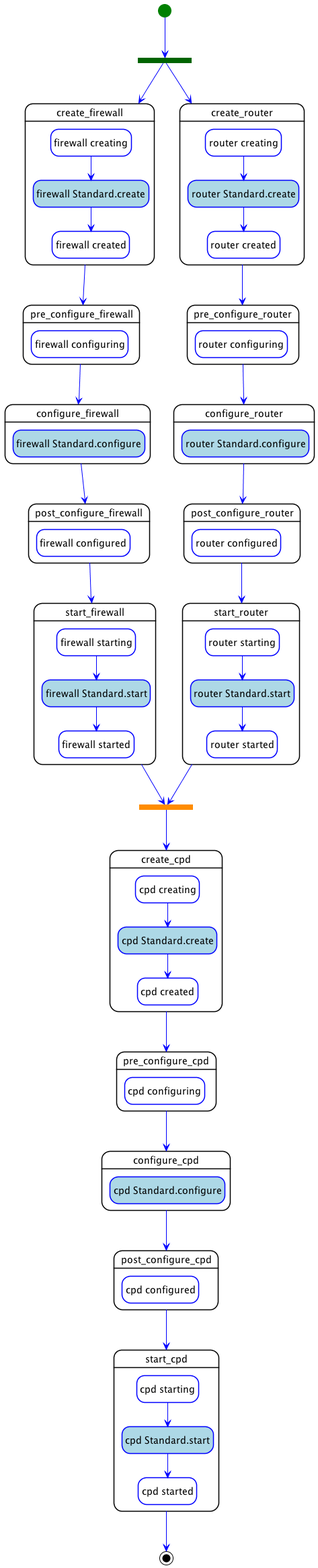
The PlantUML diagram examples/tosca-community-contributions/diagrams/uml2/examples-1.2-simple-for-nfv-simple-for-nfv-parallel_deploy-workflow-diagram.png in Orange-OpenSource/Cloudnet-TOSCA-toolbox, before a commit. The source it was exported from:
```plantuml
@startuml
hide empty description
skinparam shadowing false
skinparam state {
  ArrowColor blue
  BorderColor blue
  EndColor black
  StartColor green
  BackGroundColor<< step >> white
  BorderColor<< step >> black
  BackGroundColor<< delegate >> lightgrey
  BackGroundColor<< set_state >> white
  BackGroundColor<< call_operation >> lightblue
  BackGroundColor<< inline >> white
}
skinparam ActivityBarColor<<fork>> DarkGreen
skinparam ActivityBarColor<<join>> DarkOrange

state "create_cpd" as step_parallel_deploy_create_cpd << step >> {
  state "cpd creating" as step_parallel_deploy_create_cpd_cpd_creating << set_state >>
  state "cpd Standard.create" as step_parallel_deploy_create_cpd_cpd_Standard.create << call_operation >>
  state "cpd created" as step_parallel_deploy_create_cpd_cpd_created << set_state >>
  step_parallel_deploy_create_cpd_cpd_creating --> step_parallel_deploy_create_cpd_cpd_Standard.create
  step_parallel_deploy_create_cpd_cpd_Standard.create --> step_parallel_deploy_create_cpd_cpd_created
}
state "pre_configure_cpd" as step_parallel_deploy_pre_configure_cpd << step >> {
  state "cpd configuring" as step_parallel_deploy_pre_configure_cpd_cpd_configuring << set_state >>
}
state "configure_cpd" as step_parallel_deploy_configure_cpd << step >> {
  state "cpd Standard.configure" as step_parallel_deploy_configure_cpd_cpd_Standard.configure << call_operation >>
}
state "post_configure_cpd" as step_parallel_deploy_post_configure_cpd << step >> {
  state "cpd configured" as step_parallel_deploy_post_configure_cpd_cpd_configured << set_state >>
}
state "start_cpd" as step_parallel_deploy_start_cpd << step >> {
  state "cpd starting" as step_parallel_deploy_start_cpd_cpd_starting << set_state >>
  state "cpd Standard.start" as step_parallel_deploy_start_cpd_cpd_Standard.start << call_operation >>
  state "cpd started" as step_parallel_deploy_start_cpd_cpd_started << set_state >>
  step_parallel_deploy_start_cpd_cpd_starting --> step_parallel_deploy_start_cpd_cpd_Standard.start
  step_parallel_deploy_start_cpd_cpd_Standard.start --> step_parallel_deploy_start_cpd_cpd_started
}
state "create_firewall" as step_parallel_deploy_create_firewall << step >> {
  state "firewall creating" as step_parallel_deploy_create_firewall_firewall_creating << set_state >>
  state "firewall Standard.create" as step_parallel_deploy_create_firewall_firewall_Standard.create << call_operation >>
  state "firewall created" as step_parallel_deploy_create_firewall_firewall_created << set_state >>
  step_parallel_deploy_create_firewall_firewall_creating --> step_parallel_deploy_create_firewall_firewall_Standard.create
  step_parallel_deploy_create_firewall_firewall_Standard.create --> step_parallel_deploy_create_firewall_firewall_created
}
state "pre_configure_firewall" as step_parallel_deploy_pre_configure_firewall << step >> {
  state "firewall configuring" as step_parallel_deploy_pre_configure_firewall_firewall_configuring << set_state >>
}
state "configure_firewall" as step_parallel_deploy_configure_firewall << step >> {
  state "firewall Standard.configure" as step_parallel_deploy_configure_firewall_firewall_Standard.configure << call_operation >>
}
state "post_configure_firewall" as step_parallel_deploy_post_configure_firewall << step >> {
  state "firewall configured" as step_parallel_deploy_post_configure_firewall_firewall_configured << set_state >>
}
state "start_firewall" as step_parallel_deploy_start_firewall << step >> {
  state "firewall starting" as step_parallel_deploy_start_firewall_firewall_starting << set_state >>
  state "firewall Standard.start" as step_parallel_deploy_start_firewall_firewall_Standard.start << call_operation >>
  state "firewall started" as step_parallel_deploy_start_firewall_firewall_started << set_state >>
  step_parallel_deploy_start_firewall_firewall_starting --> step_parallel_deploy_start_firewall_firewall_Standard.start
  step_parallel_deploy_start_firewall_firewall_Standard.start --> step_parallel_deploy_start_firewall_firewall_started
}
state "create_router" as step_parallel_deploy_create_router << step >> {
  state "router creating" as step_parallel_deploy_create_router_router_creating << set_state >>
  state "router Standard.create" as step_parallel_deploy_create_router_router_Standard.create << call_operation >>
  state "router created" as step_parallel_deploy_create_router_router_created << set_state >>
  step_parallel_deploy_create_router_router_creating --> step_parallel_deploy_create_router_router_Standard.create
  step_parallel_deploy_create_router_router_Standard.create --> step_parallel_deploy_create_router_router_created
}
state "pre_configure_router" as step_parallel_deploy_pre_configure_router << step >> {
  state "router configuring" as step_parallel_deploy_pre_configure_router_router_configuring << set_state >>
}
state "configure_router" as step_parallel_deploy_configure_router << step >> {
  state "router Standard.configure" as step_parallel_deploy_configure_router_router_Standard.configure << call_operation >>
}
state "post_configure_router" as step_parallel_deploy_post_configure_router << step >> {
  state "router configured" as step_parallel_deploy_post_configure_router_router_configured << set_state >>
}
state "start_router" as step_parallel_deploy_start_router << step >> {
  state "router starting" as step_parallel_deploy_start_router_router_starting << set_state >>
  state "router Standard.start" as step_parallel_deploy_start_router_router_Standard.start << call_operation >>
  state "router started" as step_parallel_deploy_start_router_router_started << set_state >>
  step_parallel_deploy_start_router_router_starting --> step_parallel_deploy_start_router_router_Standard.start
  step_parallel_deploy_start_router_router_Standard.start --> step_parallel_deploy_start_router_router_started
}
  state step_parallel_deploy_create_cpd_join <<join>>
  step_parallel_deploy_create_cpd_join --> step_parallel_deploy_create_cpd
step_parallel_deploy_create_cpd --> step_parallel_deploy_pre_configure_cpd
step_parallel_deploy_pre_configure_cpd --> step_parallel_deploy_configure_cpd
step_parallel_deploy_configure_cpd --> step_parallel_deploy_post_configure_cpd
step_parallel_deploy_post_configure_cpd --> step_parallel_deploy_start_cpd
step_parallel_deploy_create_firewall --> step_parallel_deploy_pre_configure_firewall
step_parallel_deploy_pre_configure_firewall --> step_parallel_deploy_configure_firewall
step_parallel_deploy_configure_firewall --> step_parallel_deploy_post_configure_firewall
step_parallel_deploy_post_configure_firewall --> step_parallel_deploy_start_firewall
step_parallel_deploy_start_firewall --> step_parallel_deploy_create_cpd_join
step_parallel_deploy_create_router --> step_parallel_deploy_pre_configure_router
step_parallel_deploy_pre_configure_router --> step_parallel_deploy_configure_router
step_parallel_deploy_configure_router --> step_parallel_deploy_post_configure_router
step_parallel_deploy_post_configure_router --> step_parallel_deploy_start_router
step_parallel_deploy_start_router --> step_parallel_deploy_create_cpd_join
state parallel_deploy_fork <<fork>>
[*] --> parallel_deploy_fork
parallel_deploy_fork --> step_parallel_deploy_create_firewall
parallel_deploy_fork --> step_parallel_deploy_create_router
step_parallel_deploy_start_cpd --> [*]
@enduml
```
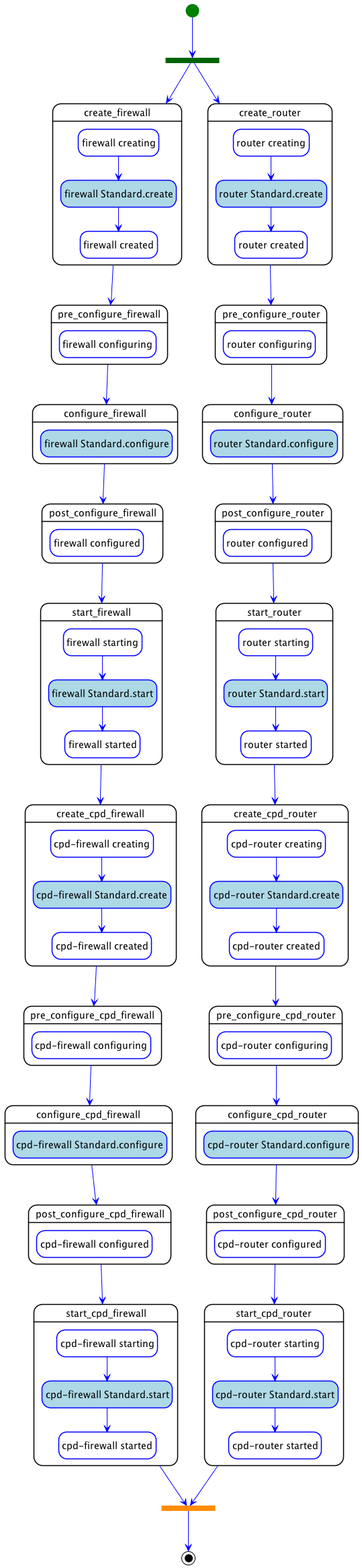
The same diagram one commit later.

Change to the diagram source:
```diff
@@ -16,28 +16,51 @@
 skinparam ActivityBarColor<<fork>> DarkGreen
 skinparam ActivityBarColor<<join>> DarkOrange
 
-state "create_cpd" as step_parallel_deploy_create_cpd << step >> {
-  state "cpd creating" as step_parallel_deploy_create_cpd_cpd_creating << set_state >>
-  state "cpd Standard.create" as step_parallel_deploy_create_cpd_cpd_Standard.create << call_operation >>
-  state "cpd created" as step_parallel_deploy_create_cpd_cpd_created << set_state >>
-  step_parallel_deploy_create_cpd_cpd_creating --> step_parallel_deploy_create_cpd_cpd_Standard.create
-  step_parallel_deploy_create_cpd_cpd_Standard.create --> step_parallel_deploy_create_cpd_cpd_created
+state "create_cpd_firewall" as step_parallel_deploy_create_cpd_firewall << step >> {
+  state "cpd-firewall creating" as step_parallel_deploy_create_cpd_firewall_cpd_firewall_creating << set_state >>
+  state "cpd-firewall Standard.create" as step_parallel_deploy_create_cpd_firewall_cpd_firewall_Standard.create << call_operation >>
+  state "cpd-firewall created" as step_parallel_deploy_create_cpd_firewall_cpd_firewall_created << set_state >>
+  step_parallel_deploy_create_cpd_firewall_cpd_firewall_creating --> step_parallel_deploy_create_cpd_firewall_cpd_firewall_Standard.create
+  step_parallel_deploy_create_cpd_firewall_cpd_firewall_Standard.create --> step_parallel_deploy_create_cpd_firewall_cpd_firewall_created
 }
-state "pre_configure_cpd" as step_parallel_deploy_pre_configure_cpd << step >> {
-  state "cpd configuring" as step_parallel_deploy_pre_configure_cpd_cpd_configuring << set_state >>
+state "pre_configure_cpd_firewall" as step_parallel_deploy_pre_configure_cpd_firewall << step >> {
+  state "cpd-firewall configuring" as step_parallel_deploy_pre_configure_cpd_firewall_cpd_firewall_configuring << set_state >>
 }
-state "configure_cpd" as step_parallel_deploy_configure_cpd << step >> {
-  state "cpd Standard.configure" as step_parallel_deploy_configure_cpd_cpd_Standard.configure << call_operation >>
+state "configure_cpd_firewall" as step_parallel_deploy_configure_cpd_firewall << step >> {
+  state "cpd-firewall Standard.configure" as step_parallel_deploy_configure_cpd_firewall_cpd_firewall_Standard.configure << call_operation >>
 }
-state "post_configure_cpd" as step_parallel_deploy_post_configure_cpd << step >> {
-  state "cpd configured" as step_parallel_deploy_post_configure_cpd_cpd_configured << set_state >>
+state "post_configure_cpd_firewall" as step_parallel_deploy_post_configure_cpd_firewall << step >> {
+  state "cpd-firewall configured" as step_parallel_deploy_post_configure_cpd_firewall_cpd_firewall_configured << set_state >>
 }
-state "start_cpd" as step_parallel_deploy_start_cpd << step >> {
-  state "cpd starting" as step_parallel_deploy_start_cpd_cpd_starting << set_state >>
-  state "cpd Standard.start" as step_parallel_deploy_start_cpd_cpd_Standard.start << call_operation >>
-  state "cpd started" as step_parallel_deploy_start_cpd_cpd_started << set_state >>
-  step_parallel_deploy_start_cpd_cpd_starting --> step_parallel_deploy_start_cpd_cpd_Standard.start
-  step_parallel_deploy_start_cpd_cpd_Standard.start --> step_parallel_deploy_start_cpd_cpd_started
+state "start_cpd_firewall" as step_parallel_deploy_start_cpd_firewall << step >> {
+  state "cpd-firewall starting" as step_parallel_deploy_start_cpd_firewall_cpd_firewall_starting << set_state >>
+  state "cpd-firewall Standard.start" as step_parallel_deploy_start_cpd_firewall_cpd_firewall_Standard.start << call_operation >>
+  state "cpd-firewall started" as step_parallel_deploy_start_cpd_firewall_cpd_firewall_started << set_state >>
+  step_parallel_deploy_start_cpd_firewall_cpd_firewall_starting --> step_parallel_deploy_start_cpd_firewall_cpd_firewall_Standard.start
+  step_parallel_deploy_start_cpd_firewall_cpd_firewall_Standard.start --> step_parallel_deploy_start_cpd_firewall_cpd_firewall_started
+}
+state "create_cpd_router" as step_parallel_deploy_create_cpd_router << step >> {
+  state "cpd-router creating" as step_parallel_deploy_create_cpd_router_cpd_router_creating << set_state >>
+  state "cpd-router Standard.create" as step_parallel_deploy_create_cpd_router_cpd_router_Standard.create << call_operation >>
+  state "cpd-router created" as step_parallel_deploy_create_cpd_router_cpd_router_created << set_state >>
+  step_parallel_deploy_create_cpd_router_cpd_router_creating --> step_parallel_deploy_create_cpd_router_cpd_router_Standard.create
+  step_parallel_deploy_create_cpd_router_cpd_router_Standard.create --> step_parallel_deploy_create_cpd_router_cpd_router_created
+}
+state "pre_configure_cpd_router" as step_parallel_deploy_pre_configure_cpd_router << step >> {
+  state "cpd-router configuring" as step_parallel_deploy_pre_configure_cpd_router_cpd_router_configuring << set_state >>
+}
+state "configure_cpd_router" as step_parallel_deploy_configure_cpd_router << step >> {
+  state "cpd-router Standard.configure" as step_parallel_deploy_configure_cpd_router_cpd_router_Standard.configure << call_operation >>
+}
+state "post_configure_cpd_router" as step_parallel_deploy_post_configure_cpd_router << step >> {
+  state "cpd-router configured" as step_parallel_deploy_post_configure_cpd_router_cpd_router_configured << set_state >>
+}
+state "start_cpd_router" as step_parallel_deploy_start_cpd_router << step >> {
+  state "cpd-router starting" as step_parallel_deploy_start_cpd_router_cpd_router_starting << set_state >>
+  state "cpd-router Standard.start" as step_parallel_deploy_start_cpd_router_cpd_router_Standard.start << call_operation >>
+  state "cpd-router started" as step_parallel_deploy_start_cpd_router_cpd_router_started << set_state >>
+  step_parallel_deploy_start_cpd_router_cpd_router_starting --> step_parallel_deploy_start_cpd_router_cpd_router_Standard.start
+  step_parallel_deploy_start_cpd_router_cpd_router_Standard.start --> step_parallel_deploy_start_cpd_router_cpd_router_started
 }
 state "create_firewall" as step_parallel_deploy_create_firewall << step >> {
   state "firewall creating" as step_parallel_deploy_create_firewall_firewall_creating << set_state >>
@@ -85,25 +108,30 @@
   step_parallel_deploy_start_router_router_starting --> step_parallel_deploy_start_router_router_Standard.start
   step_parallel_deploy_start_router_router_Standard.start --> step_parallel_deploy_start_router_router_started
 }
-  state step_parallel_deploy_create_cpd_join <<join>>
-  step_parallel_deploy_create_cpd_join --> step_parallel_deploy_create_cpd
-step_parallel_deploy_create_cpd --> step_parallel_deploy_pre_configure_cpd
-step_parallel_deploy_pre_configure_cpd --> step_parallel_deploy_configure_cpd
-step_parallel_deploy_configure_cpd --> step_parallel_deploy_post_configure_cpd
-step_parallel_deploy_post_configure_cpd --> step_parallel_deploy_start_cpd
+step_parallel_deploy_create_cpd_firewall --> step_parallel_deploy_pre_configure_cpd_firewall
+step_parallel_deploy_pre_configure_cpd_firewall --> step_parallel_deploy_configure_cpd_firewall
+step_parallel_deploy_configure_cpd_firewall --> step_parallel_deploy_post_configure_cpd_firewall
+step_parallel_deploy_post_configure_cpd_firewall --> step_parallel_deploy_start_cpd_firewall
+step_parallel_deploy_create_cpd_router --> step_parallel_deploy_pre_configure_cpd_router
+step_parallel_deploy_pre_configure_cpd_router --> step_parallel_deploy_configure_cpd_router
+step_parallel_deploy_configure_cpd_router --> step_parallel_deploy_post_configure_cpd_router
+step_parallel_deploy_post_configure_cpd_router --> step_parallel_deploy_start_cpd_router
 step_parallel_deploy_create_firewall --> step_parallel_deploy_pre_configure_firewall
 step_parallel_deploy_pre_configure_firewall --> step_parallel_deploy_configure_firewall
 step_parallel_deploy_configure_firewall --> step_parallel_deploy_post_configure_firewall
 step_parallel_deploy_post_configure_firewall --> step_parallel_deploy_start_firewall
-step_parallel_deploy_start_firewall --> step_parallel_deploy_create_cpd_join
+step_parallel_deploy_start_firewall --> step_parallel_deploy_create_cpd_firewall
 step_parallel_deploy_create_router --> step_parallel_deploy_pre_configure_router
 step_parallel_deploy_pre_configure_router --> step_parallel_deploy_configure_router
 step_parallel_deploy_configure_router --> step_parallel_deploy_post_configure_router
 step_parallel_deploy_post_configure_router --> step_parallel_deploy_start_router
-step_parallel_deploy_start_router --> step_parallel_deploy_create_cpd_join
+step_parallel_deploy_start_router --> step_parallel_deploy_create_cpd_router
 state parallel_deploy_fork <<fork>>
 [*] --> parallel_deploy_fork
 parallel_deploy_fork --> step_parallel_deploy_create_firewall
 parallel_deploy_fork --> step_parallel_deploy_create_router
-step_parallel_deploy_start_cpd --> [*]
+state parallel_deploy_join <<join>>
+parallel_deploy_join --> [*]
+step_parallel_deploy_start_cpd_firewall --> parallel_deploy_join
+step_parallel_deploy_start_cpd_router --> parallel_deploy_join
 @enduml
```
